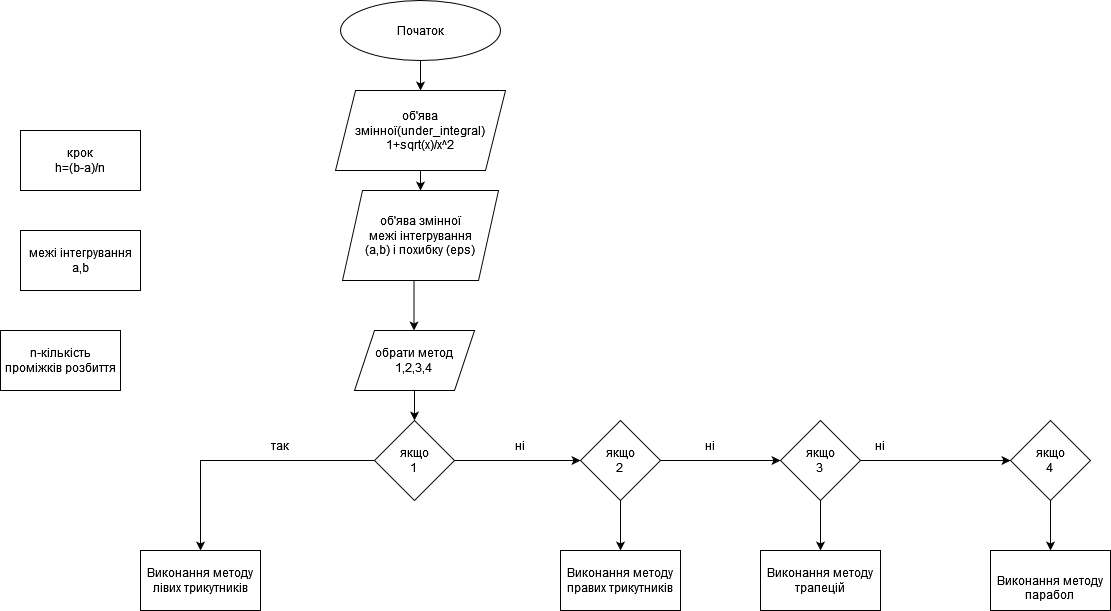
The draw.io diagram Луцкевич_Володимир_РЕ-12_Схема_.drawio.png in VolodymyrLutskevych-PE-12/Lab_2_Volodymyr-Lutskevych_PE-12_-1-, before a commit. Source tidied: cells renumbered, new cells last; positions are measured from the earlier drawing's top-left corner, leaving out a move shared by most shapes.
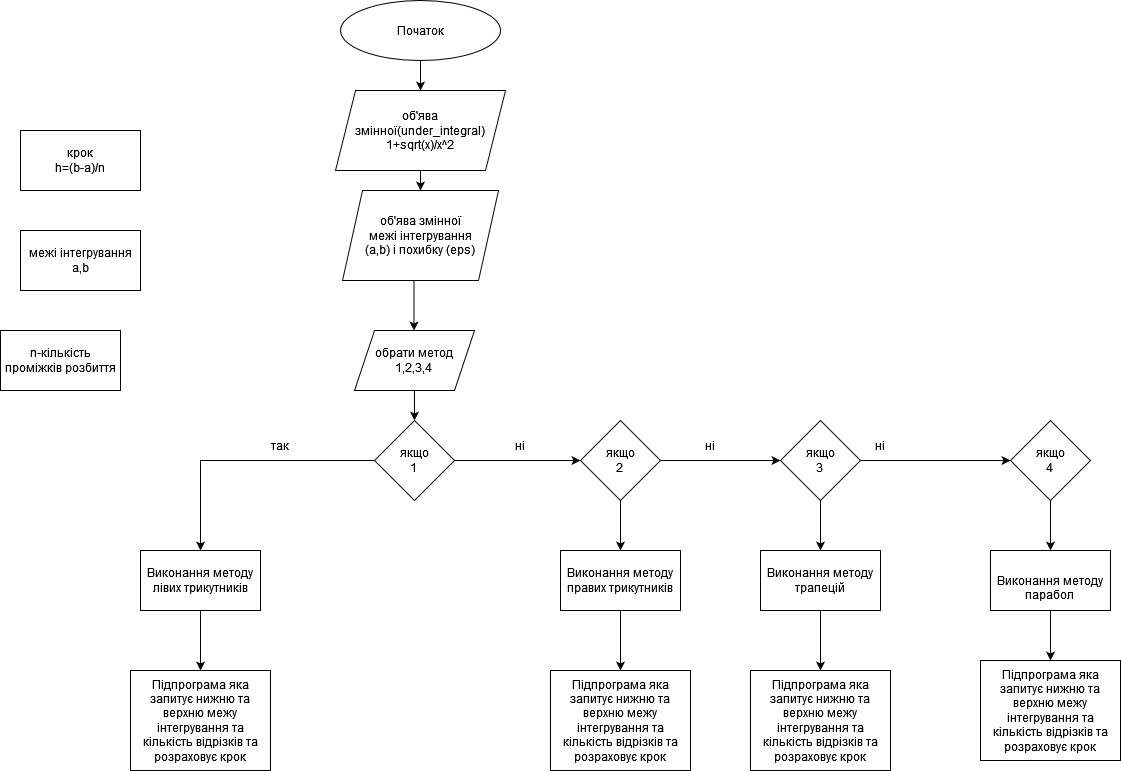
The same file after the commit.

Change to the diagram source:
```diff
@@ -49,6 +49,9 @@
     <mxCell id="15" value="&lt;div&gt;якщо&lt;/div&gt;&lt;div&gt;1&lt;br&gt;&lt;/div&gt;" style="rhombus;whiteSpace=wrap;html=1;" parent="1" vertex="1">
       <mxGeometry x="374" y="420" width="80" height="80" as="geometry" />
     </mxCell>
+    <mxCell id="32" style="edgeStyle=orthogonalEdgeStyle;rounded=0;jettySize=auto;html=1;exitX=0.5;exitY=1;exitDx=0;exitDy=0;" parent="1" edge="1" source="16" target="36">
+      <mxGeometry relative="1" as="geometry" />
+    </mxCell>
     <mxCell id="16" value="Виконання методу лівих трикутників" style="rounded=0;whiteSpace=wrap;html=1;" parent="1" vertex="1">
       <mxGeometry x="140" y="550" width="120" height="60" as="geometry" />
     </mxCell>
@@ -88,14 +91,35 @@
     <mxCell id="28" value="ні" style="text;html=1;strokeColor=none;fillColor=none;align=center;verticalAlign=middle;whiteSpace=wrap;rounded=0;" parent="1" vertex="1">
       <mxGeometry x="850" y="430" width="60" height="30" as="geometry" />
     </mxCell>
+    <mxCell id="33" style="edgeStyle=orthogonalEdgeStyle;rounded=0;jettySize=auto;html=1;exitX=0.5;exitY=1;exitDx=0;exitDy=0;" parent="1" edge="1" source="29" target="37">
+      <mxGeometry relative="1" as="geometry" />
+    </mxCell>
     <mxCell id="29" value="Виконання методу правих трикутників" style="rounded=0;whiteSpace=wrap;html=1;" parent="1" vertex="1">
       <mxGeometry x="560" y="550" width="120" height="60" as="geometry" />
     </mxCell>
+    <mxCell id="34" style="edgeStyle=orthogonalEdgeStyle;rounded=0;jettySize=auto;html=1;exitX=0.5;exitY=1;exitDx=0;exitDy=0;" parent="1" edge="1" source="30" target="38">
+      <mxGeometry relative="1" as="geometry" />
+    </mxCell>
     <mxCell id="30" value="Виконання методу трапецій" style="rounded=0;whiteSpace=wrap;html=1;" parent="1" vertex="1">
       <mxGeometry x="760" y="550" width="120" height="60" as="geometry" />
     </mxCell>
+    <mxCell id="35" style="edgeStyle=orthogonalEdgeStyle;rounded=0;jettySize=auto;html=1;exitX=0.5;exitY=1;exitDx=0;exitDy=0;" parent="1" edge="1" source="31" target="39">
+      <mxGeometry relative="1" as="geometry" />
+    </mxCell>
     <mxCell id="31" value="&lt;br&gt;Виконання методу парабол&lt;br&gt;" style="rounded=0;whiteSpace=wrap;html=1;" parent="1" vertex="1">
       <mxGeometry x="990" y="550" width="120" height="60" as="geometry" />
     </mxCell>
+    <mxCell id="36" value="Підпрограма яка запитує нижню та верхню межу інтегрування та кількість відрізків та розраховує крок" style="rounded=0;whiteSpace=wrap;html=1;" parent="1" vertex="1">
+      <mxGeometry x="130" y="670" width="140" height="100" as="geometry" />
+    </mxCell>
+    <mxCell id="37" value="Підпрограма яка запитує нижню та верхню межу інтегрування та кількість відрізків та розраховує крок" style="rounded=0;whiteSpace=wrap;html=1;" parent="1" vertex="1">
+      <mxGeometry x="550" y="670" width="140" height="100" as="geometry" />
+    </mxCell>
+    <mxCell id="38" value="Підпрограма яка запитує нижню та верхню межу інтегрування та кількість відрізків та розраховує крок" style="rounded=0;whiteSpace=wrap;html=1;" parent="1" vertex="1">
+      <mxGeometry x="750" y="670" width="140" height="100" as="geometry" />
+    </mxCell>
+    <mxCell id="39" value="Підпрограма яка запитує нижню та верхню межу інтегрування та кількість відрізків та розраховує крок" style="rounded=0;whiteSpace=wrap;html=1;" parent="1" vertex="1">
+      <mxGeometry x="980" y="660" width="140" height="100" as="geometry" />
+    </mxCell>
   </root>
 </mxGraphModel>
```
